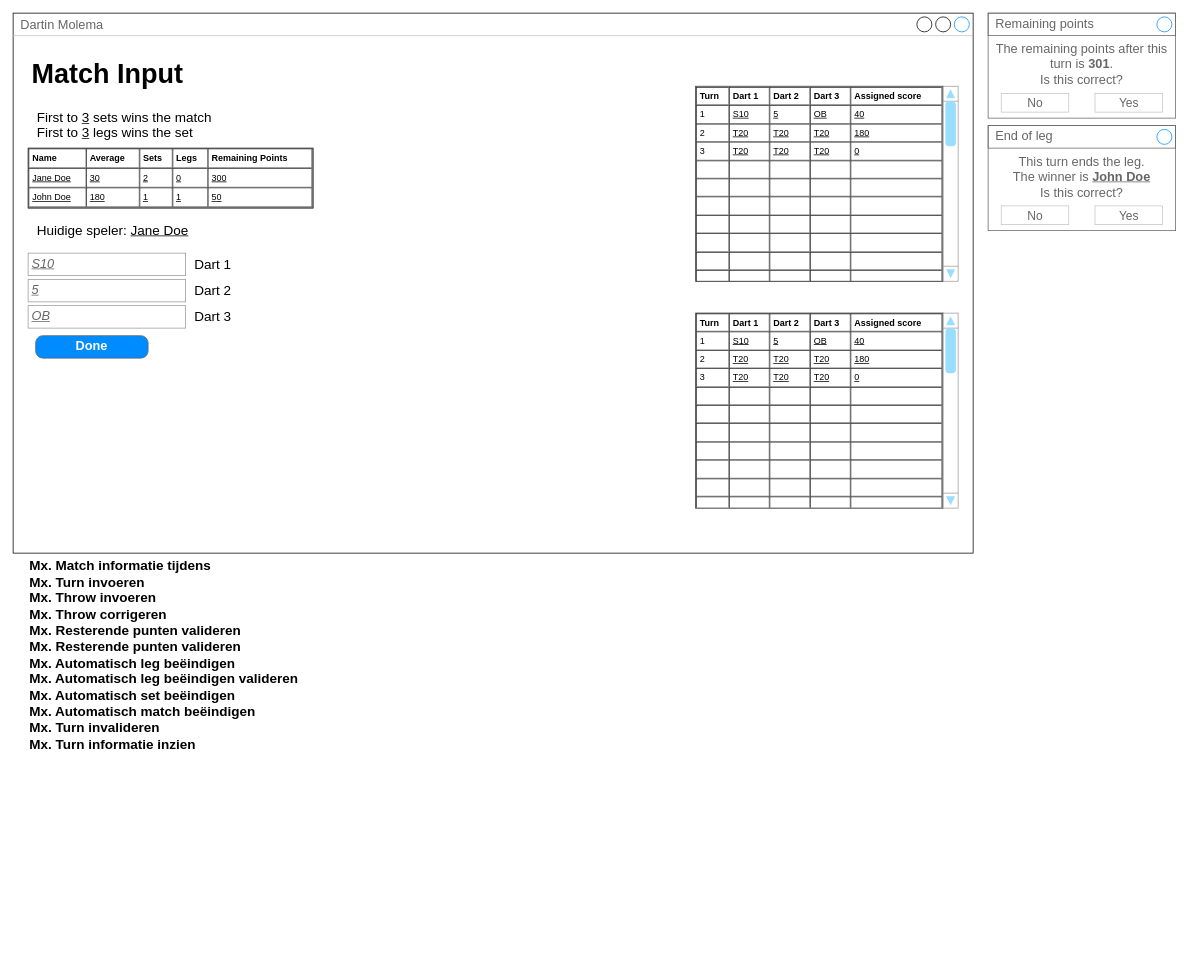
Earlier version of the draw.io diagram page "Match Input" (3 of 7) of Documentation/Wireframes/Wireframes.drawio (Keyslam/DartinMolema). Source tidied: cells renumbered, new cells numbered last; positions are measured from the earlier drawing's top-left corner, leaving out a move shared by most shapes. Both pictures are drawn from the tidied source at 75%, with x=0, y=0 at pixel (13, 13).
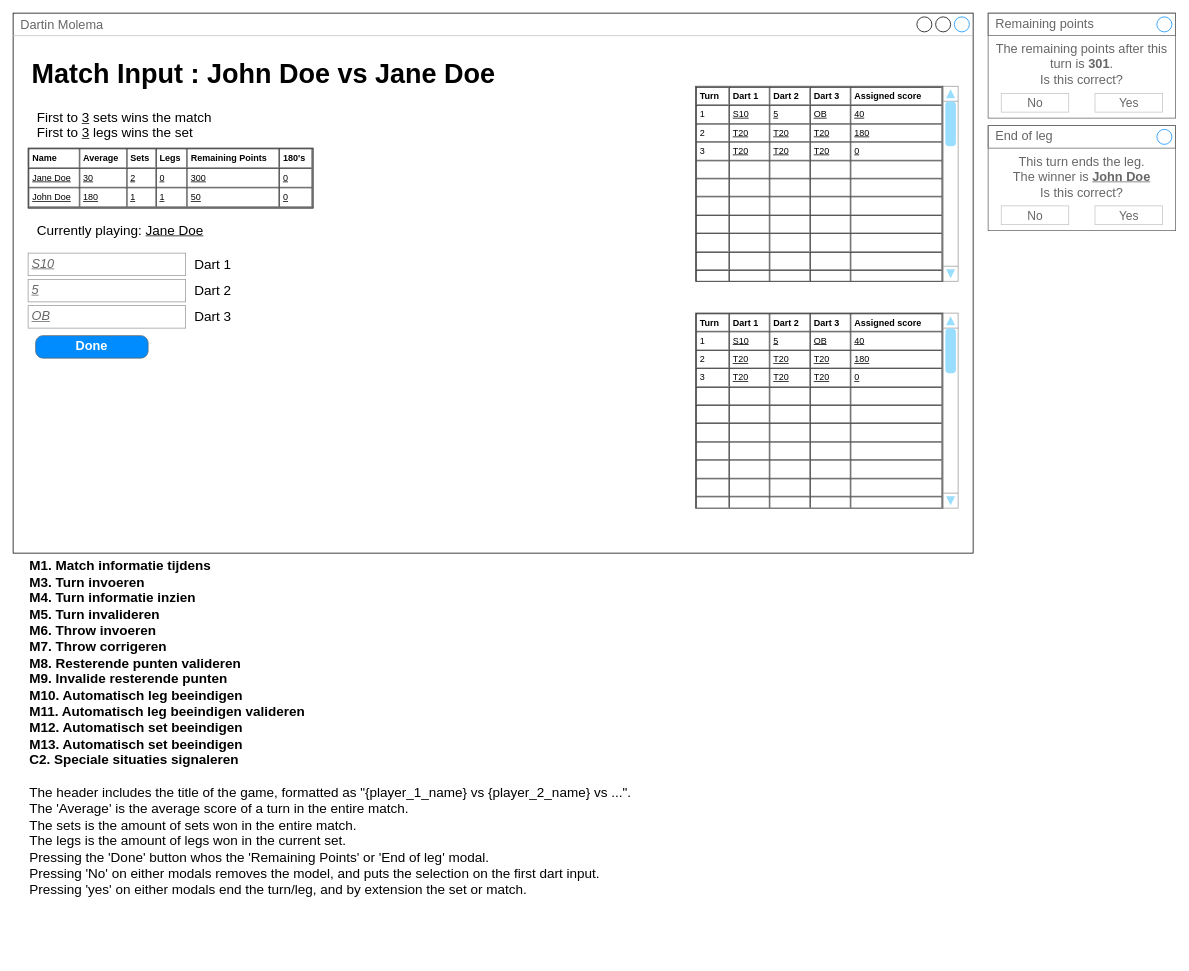
The same diagram, later.

Diff of the diagram source:
```diff
@@
-    <mxCell id="3" value="&lt;h1&gt;Match Input&lt;/h1&gt;" style="text;html=1;strokeColor=none;fillColor=none;spacing=5;spacingTop=-20;whiteSpace=wrap;overflow=hidden;rounded=0;fontSize=18;verticalAlign=middle;" parent="1" vertex="1">
+    <mxCell id="3" value="&lt;h1&gt;Match Input : John Doe vs Jane Doe&lt;/h1&gt;" style="text;html=1;strokeColor=none;fillColor=none;spacing=5;spacingTop=-20;whiteSpace=wrap;overflow=hidden;rounded=0;fontSize=18;verticalAlign=middle;" parent="1" vertex="1">
       <mxGeometry x="20" y="50" width="1240" height="70" as="geometry" />
     </mxCell>
-    <mxCell id="4" value="&lt;b&gt;Mx. Match informatie tijdens&lt;br&gt;Mx. Turn invoeren&lt;br&gt;Mx. Throw invoeren&lt;br&gt;Mx. Throw corrigeren&lt;br&gt;Mx. Resterende punten valideren&lt;br&gt;&lt;/b&gt;&lt;b&gt;Mx. Resterende punten valideren&lt;/b&gt;&lt;b&gt;&lt;br&gt;&lt;/b&gt;&lt;b&gt;Mx. Automatisch leg be&lt;/b&gt;&lt;span style=&quot;background-color: transparent ; font-weight: 700 ; vertical-align: baseline&quot; id=&quot;docs-internal-guid-edfa7daf-7fff-dd18-75cb-5e0f945cf21f&quot;&gt;&lt;font style=&quot;font-size: 18px&quot;&gt;ë&lt;/font&gt;&lt;/span&gt;&lt;b&gt;indigen&lt;br&gt;&lt;/b&gt;&lt;b&gt;Mx. Automatisch leg be&lt;/b&gt;&lt;span style=&quot;font-weight: 700&quot;&gt;ë&lt;/span&gt;&lt;b&gt;indigen valideren&lt;br&gt;&lt;/b&gt;&lt;b&gt;Mx. Automatisch set be&lt;/b&gt;&lt;span style=&quot;font-weight: 700&quot;&gt;ë&lt;/span&gt;&lt;b&gt;indigen&lt;br&gt;&lt;/b&gt;&lt;b&gt;Mx. Automatisch match be&lt;/b&gt;&lt;span style=&quot;font-weight: 700&quot;&gt;ë&lt;/span&gt;&lt;b&gt;indigen&lt;br&gt;&lt;/b&gt;&lt;b&gt;Mx. Turn invalideren&lt;br&gt;&lt;/b&gt;&lt;b&gt;Mx. Turn informatie inzien&lt;/b&gt;&lt;b&gt;&lt;br&gt;&lt;/b&gt;" style="text;html=1;strokeColor=none;fillColor=none;align=left;verticalAlign=top;whiteSpace=wrap;rounded=0;fontSize=18;" parent="1" vertex="1">
-      <mxGeometry x="20" y="720" width="1240" height="270" as="geometry" />
+    <mxCell id="4" value="&lt;b&gt;M1. Match informatie tijdens&lt;br&gt;M3. Turn invoeren&lt;br&gt;M4. Turn informatie inzien&lt;br&gt;M5. Turn invalideren&lt;/b&gt;&lt;br&gt;&lt;b&gt;M6. Throw invoeren&lt;/b&gt;&lt;br&gt;&lt;b&gt;M7. Throw corrigeren&lt;/b&gt;&lt;br&gt;&lt;b&gt;M8. Resterende punten valideren&lt;/b&gt;&lt;br&gt;&lt;b&gt;M9. Invalide resterende punten&lt;/b&gt;&lt;br&gt;&lt;b&gt;M10. Automatisch leg beeindigen&lt;/b&gt;&lt;br&gt;&lt;b&gt;M11. Automatisch leg beeindigen valideren&lt;/b&gt;&lt;br&gt;&lt;b&gt;M12. Automatisch set beeindigen&lt;/b&gt;&lt;br&gt;&lt;b&gt;M13. Automatisch set beeindigen&lt;/b&gt;&lt;br&gt;&lt;b&gt;C2. Speciale situaties signaleren&lt;/b&gt;&lt;br&gt;&lt;b&gt;&lt;br&gt;&lt;/b&gt;The header includes the title of the game, formatted as &quot;{player_1_name} vs {player_2_name} vs ...&quot;.&lt;br&gt;The 'Average' is the average score of a turn in the entire match.&lt;br&gt;The sets is the amount of sets won in the entire match.&lt;br&gt;The legs is the amount of legs won in the current set.&lt;br&gt;Pressing the 'Done' button whos the 'Remaining Points' or 'End of leg' modal.&lt;br&gt;Pressing 'No' on either modals removes the model, and puts the selection on the first dart input.&lt;br&gt;Pressing 'yes' on either modals end the turn/leg, and by extension the set or match." style="text;html=1;strokeColor=none;fillColor=none;align=left;verticalAlign=top;whiteSpace=wrap;rounded=0;fontSize=18;" parent="1" vertex="1">
+      <mxGeometry x="20" y="720" width="1240" height="540" as="geometry" />
     </mxCell>
-    <mxCell id="5" value="&lt;table cellpadding=&quot;4&quot; cellspacing=&quot;0&quot; border=&quot;1&quot; style=&quot;font-size: 1em ; width: 100% ; height: 100%&quot;&gt;&lt;tbody&gt;&lt;tr&gt;&lt;th&gt;Name&lt;/th&gt;&lt;th&gt;Average&lt;/th&gt;&lt;td&gt;&lt;b&gt;Sets&lt;/b&gt;&lt;/td&gt;&lt;td&gt;&lt;b&gt;Legs&lt;/b&gt;&lt;/td&gt;&lt;td&gt;&lt;b&gt;Remaining Points&lt;/b&gt;&lt;br&gt;&lt;/td&gt;&lt;/tr&gt;&lt;tr&gt;&lt;td&gt;&lt;u&gt;Jane Doe&lt;/u&gt;&lt;/td&gt;&lt;td&gt;&lt;u&gt;30&lt;/u&gt;&lt;/td&gt;&lt;td&gt;&lt;u&gt;2&lt;/u&gt;&lt;/td&gt;&lt;td&gt;&lt;u&gt;0&lt;/u&gt;&lt;/td&gt;&lt;td&gt;&lt;u&gt;300&lt;/u&gt;&lt;/td&gt;&lt;/tr&gt;&lt;tr&gt;&lt;td&gt;&lt;u&gt;John Doe&lt;/u&gt;&lt;/td&gt;&lt;td&gt;&lt;u&gt;180&lt;/u&gt;&lt;/td&gt;&lt;td&gt;&lt;u&gt;1&lt;/u&gt;&lt;/td&gt;&lt;td&gt;&lt;u&gt;1&lt;/u&gt;&lt;/td&gt;&lt;td&gt;&lt;u&gt;50&lt;/u&gt;&lt;/td&gt;&lt;/tr&gt;&lt;/tbody&gt;&lt;/table&gt; " style="verticalAlign=top;align=left;overflow=fill;fontSize=12;fontFamily=Helvetica;html=1;" parent="1" vertex="1">
+    <mxCell id="5" value="&lt;table cellpadding=&quot;4&quot; cellspacing=&quot;0&quot; border=&quot;1&quot; style=&quot;font-size: 1em ; width: 100% ; height: 100%&quot;&gt;&lt;tbody&gt;&lt;tr&gt;&lt;th&gt;Name&lt;/th&gt;&lt;th&gt;Average&lt;/th&gt;&lt;td&gt;&lt;b&gt;Sets&lt;/b&gt;&lt;/td&gt;&lt;td&gt;&lt;b&gt;Legs&lt;/b&gt;&lt;/td&gt;&lt;td&gt;&lt;b&gt;Remaining Points&lt;/b&gt;&lt;br&gt;&lt;/td&gt;&lt;td&gt;&lt;b&gt;180's&lt;/b&gt;&lt;/td&gt;&lt;/tr&gt;&lt;tr&gt;&lt;td&gt;&lt;u&gt;Jane Doe&lt;/u&gt;&lt;/td&gt;&lt;td&gt;&lt;u&gt;30&lt;/u&gt;&lt;/td&gt;&lt;td&gt;&lt;u&gt;2&lt;/u&gt;&lt;/td&gt;&lt;td&gt;&lt;u&gt;0&lt;/u&gt;&lt;/td&gt;&lt;td&gt;&lt;u&gt;300&lt;/u&gt;&lt;/td&gt;&lt;td&gt;&lt;u&gt;0&lt;/u&gt;&lt;/td&gt;&lt;/tr&gt;&lt;tr&gt;&lt;td&gt;&lt;u&gt;John Doe&lt;/u&gt;&lt;/td&gt;&lt;td&gt;&lt;u&gt;180&lt;/u&gt;&lt;/td&gt;&lt;td&gt;&lt;u&gt;1&lt;/u&gt;&lt;/td&gt;&lt;td&gt;&lt;u&gt;1&lt;/u&gt;&lt;/td&gt;&lt;td&gt;&lt;u&gt;50&lt;/u&gt;&lt;/td&gt;&lt;td&gt;&lt;u&gt;0&lt;/u&gt;&lt;/td&gt;&lt;/tr&gt;&lt;/tbody&gt;&lt;/table&gt; " style="verticalAlign=top;align=left;overflow=fill;fontSize=12;fontFamily=Helvetica;html=1;" parent="1" vertex="1">
       <mxGeometry x="20" y="180" width="380" height="80" as="geometry" />
     </mxCell>
@@
-    <mxCell id="8" value="Huidige speler: &lt;u&gt;Jane Doe&lt;/u&gt;" style="text;html=1;strokeColor=none;fillColor=none;align=left;verticalAlign=middle;whiteSpace=wrap;rounded=0;fontSize=18;" parent="1" vertex="1">
-      <mxGeometry x="30" y="280" width="220" height="20" as="geometry" />
+    <mxCell id="8" value="Currently playing: &lt;u&gt;Jane Doe&lt;/u&gt;" style="text;html=1;strokeColor=none;fillColor=none;align=left;verticalAlign=middle;whiteSpace=wrap;rounded=0;fontSize=18;" parent="1" vertex="1">
+      <mxGeometry x="30" y="280" width="260" height="20" as="geometry" />
     </mxCell>
```
